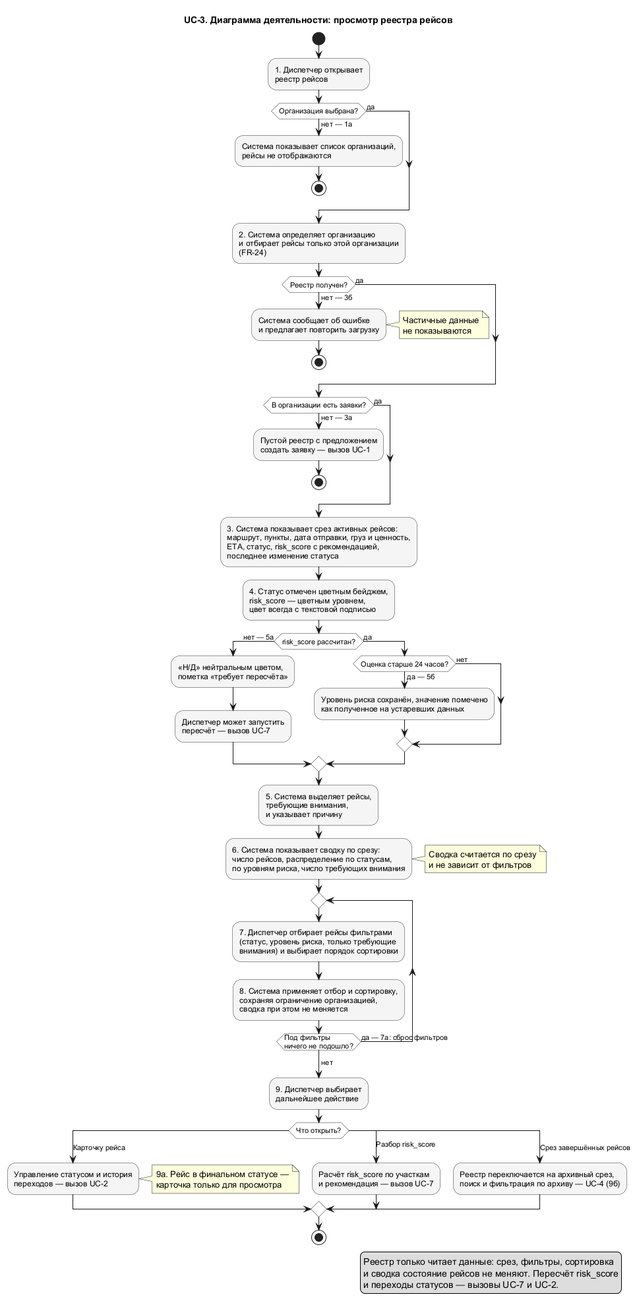
This is docs/diagrams/out/UC_3_Registry.png from granikartem/MPI, a PlantUML export, as it was before one commit.
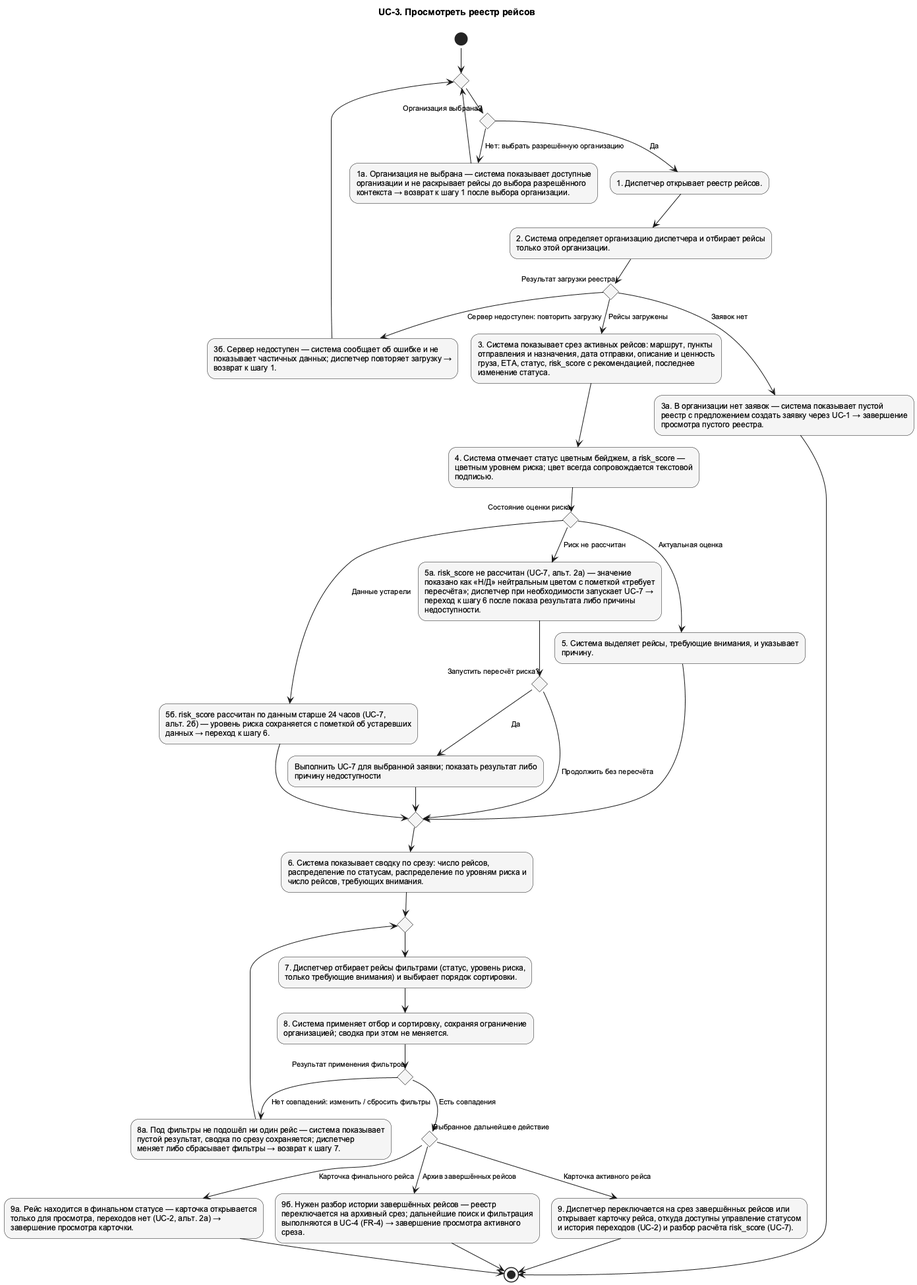
The same file after the commit.

Diff of the diagram source:
```diff
@@ -1,118 +1,61 @@
 @startuml UC_3_Registry
 !pragma layout smetana
-skinparam activity {
-  BackgroundColor #F5F5F5
-  BorderColor #333333
-  DiamondBackgroundColor #FFFFFF
-  DiamondBorderColor #333333
-  FontName Arial
-}
 skinparam shadowing false
+skinparam defaultFontName Arial
+skinparam defaultFontSize 12
+skinparam backgroundColor white
+skinparam nodesep 75
+skinparam ranksep 100
+skinparam ArrowFontSize 11
+skinparam usecaseBackgroundColor #F5F5F5
+skinparam activityBackgroundColor #F5F5F5
+top to bottom direction
+title UC-3. Просмотреть реестр рейсов
 
-title UC-3. Диаграмма деятельности: просмотр реестра рейсов
-
-start
-
-:1. Диспетчер открывает
-реестр рейсов;
-
-if (Организация выбрана?) then (нет — 1а)
-  :Система показывает список организаций,
-  рейсы не отображаются;
-  stop
-else (да)
+(*) --> if "" as n029 then
 endif
-
-:2. Система определяет организацию
-и отбирает рейсы только этой организации
-(FR-24);
-
-if (Реестр получен?) then (нет — 3б)
-  :Система сообщает об ошибке
-  и предлагает повторить загрузку;
-  note right
-    Частичные данные
-    не показываются
-  end note
-  stop
-else (да)
+n029 --> if "Организация выбрана?" as n012 then
 endif
-
-if (В организации есть заявки?) then (нет — 3а)
-  :Пустой реестр с предложением
-  создать заявку — вызов UC-1;
-  stop
-else (да)
+n012 -->[Да] "1. Диспетчер открывает реестр рейсов." as n002
+n002 --> "2. Система определяет организацию диспетчера и отбирает рейсы\nтолько этой организации." as n003
+n003 --> if "Результат загрузки реестра" as n014 then
 endif
-
-:3. Система показывает срез активных рейсов:
-маршрут, пункты, дата отправки, груз и ценность,
-ETA, статус, risk_score с рекомендацией,
-последнее изменение статуса;
-
-:4. Статус отмечен цветным бейджем,
-risk_score — цветным уровнем,
-цвет всегда с текстовой подписью;
-
-if (risk_score рассчитан?) then (нет — 5а)
-  :«Н/Д» нейтральным цветом,
-  пометка «требует пересчёта»;
-  :Диспетчер может запустить
-  пересчёт — вызов UC-7;
-else (да)
-  if (Оценка старше 24 часов?) then (да — 5б)
-    :Уровень риска сохранён, значение помечено
-    как полученное на устаревших данных;
-  else (нет)
-  endif
+n014 -->[Рейсы загружены] "3. Система показывает срез активных рейсов: маршрут, пункты\nотправления и назначения, дата отправки, описание и ценность\nгруза, ETA, статус, risk_score с рекомендацией, последнее\nизменение статуса." as n004
+n004 --> "4. Система отмечает статус цветным бейджем, а risk_score —\nцветным уровнем риска; цвет всегда сопровождается текстовой\nподписью." as n005
+n005 --> if "Состояние оценки риска" as n017 then
 endif
-
-:5. Система выделяет рейсы,
-требующие внимания,
-и указывает причину;
-
-:6. Система показывает сводку по срезу:
-число рейсов, распределение по статусам,
-по уровням риска, число требующих внимания;
-note right
-  Сводка считается по срезу
-  и не зависит от фильтров
-end note
-
-repeat
-  :7. Диспетчер отбирает рейсы фильтрами
-  (статус, уровень риска, только требующие
-  внимания) и выбирает порядок сортировки;
-  :8. Система применяет отбор и сортировку,
-  сохраняя ограничение организацией,
-  сводка при этом не меняется;
-repeat while (Под фильтры\nничего не подошло?) is (да — 7а: сброс фильтров)
--> нет;
-
-:9. Диспетчер выбирает
-дальнейшее действие;
-
-switch (Что открыть?)
-case (Карточку рейса)
-  :Управление статусом и история
-  переходов — вызов UC-2;
-  note right
-    9а. Рейс в финальном статусе —
-    карточка только для просмотра
-  end note
-case (Разбор risk_score)
-  :Расчёт risk_score по участкам
-  и рекомендация — вызов UC-7;
-case (Срез завершённых рейсов)
-  :Реестр переключается на архивный срез,
-  поиск и фильтрация по архиву — UC-4 (9б);
-endswitch
-
-stop
-
-legend right
-  Реестр только читает данные: срез, фильтры, сортировка
-  и сводка состояние рейсов не меняют. Пересчёт risk_score
-  и переходы статусов — вызовы UC-7 и UC-2.
-endlegend
+n017 -->[Актуальная оценка] "5. Система выделяет рейсы, требующие внимания, и указывает\nпричину." as n006
+n006 --> if "" as n027 then
+endif
+n027 --> "6. Система показывает сводку по срезу: число рейсов,\nраспределение по статусам, распределение по уровням риска и\nчисло рейсов, требующих внимания." as n007
+n007 --> if "" as n028 then
+endif
+n028 --> "7. Диспетчер отбирает рейсы фильтрами (статус, уровень риска,\nтолько требующие внимания) и выбирает порядок сортировки." as n008
+n008 --> "8. Система применяет отбор и сортировку, сохраняя ограничение\nорганизацией; сводка при этом не меняется." as n009
+n009 --> if "Результат применения фильтров" as n020 then
+endif
+n020 -->[Нет совпадений: изменить / сбросить фильтры] "8а. Под фильтры не подошёл ни один рейс — система показывает\nпустой результат, сводка по срезу сохраняется; диспетчер\nменяет либо сбрасывает фильтры → возврат к шагу 7." as n021
+n021 --> n028
+n020 -->[Есть совпадения] if "Выбранное дальнейшее действие" as n022 then
+endif
+n022 -->[Карточка активного рейса] "9. Диспетчер переключается на срез завершённых рейсов или\nоткрывает карточку рейса, откуда доступны управление статусом\nи история переходов (UC-2) и разбор расчёта risk_score (UC-7)." as n010
+n010 --> (*1)
+n022 -->[Карточка финального рейса] "9а. Рейс находится в финальном статусе — карточка открывается\nтолько для просмотра, переходов нет (UC-2, альт. 2а) →\nзавершение просмотра карточки." as n023
+n023 --> (*1)
+n022 -->[Архив завершённых рейсов] "9б. Нужен разбор истории завершённых рейсов — реестр\nпереключается на архивный срез; дальнейшие поиск и фильтрация\nвыполняются в UC-4 (FR-4) → завершение просмотра активного\nсреза." as n024
+n024 --> (*1)
+n017 -->[Риск не рассчитан] "5а. risk_score не рассчитан (UC-7, альт. 2а) — значение\nпоказано как «Н/Д» нейтральным цветом с пометкой «требует\nпересчёта»; диспетчер при необходимости запускает UC-7 →\nпереход к шагу 6 после показа результата либо причины\nнедоступности." as n018
+n018 --> if "Запустить пересчёт риска?" as n025 then
+endif
+n025 -->[Продолжить без пересчёта] n027
+n025 -->[Да] "Выполнить UC-7 для выбранной заявки; показать результат либо\nпричину недоступности" as n026
+n026 --> n027
+n017 -->[Данные устарели] "5б. risk_score рассчитан по данным старше 24 часов (UC-7,\nальт. 2б) — уровень риска сохраняется с пометкой об устаревших\nданных → переход к шагу 6." as n019
+n019 --> n027
+n014 -->[Заявок нет] "3а. В организации нет заявок — система показывает пустой\nреестр с предложением создать заявку через UC-1 → завершение\nпросмотра пустого реестра." as n015
+n015 --> (*1)
+n014 -->[Сервер недоступен: повторить загрузку] "3б. Сервер недоступен — система сообщает об ошибке и не\nпоказывает частичных данных; диспетчер повторяет загрузку →\nвозврат к шагу 1." as n016
+n016 --> n029
+n012 -->[Нет: выбрать разрешённую организацию] "1а. Организация не выбрана — система показывает доступные\nорганизации и не раскрывает рейсы до выбора разрешённого\nконтекста → возврат к шагу 1 после выбора организации." as n013
+n013 --> n029
 @enduml
```
